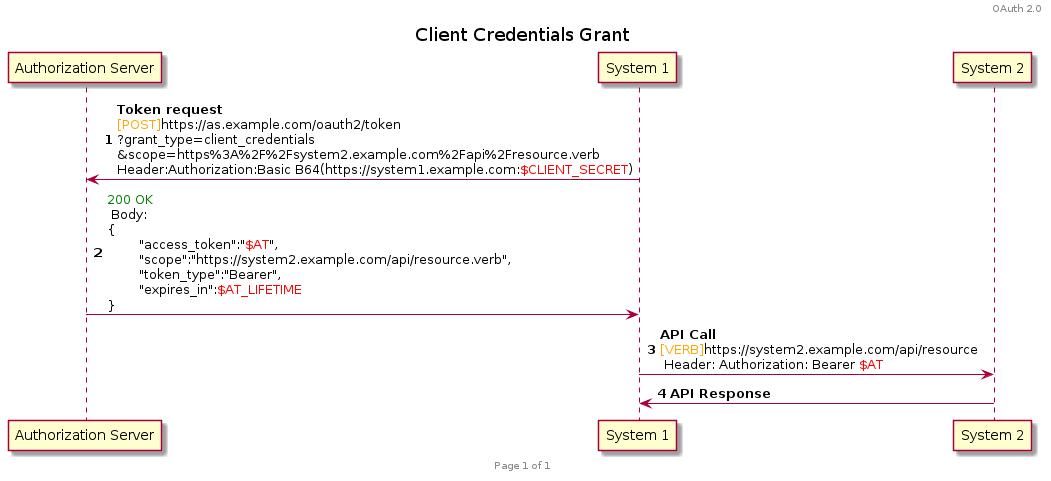
Before: plantuml/oauth2/client_credentials.png, a diagram exported from PlantUML (HenriLefevrePro/Articles).
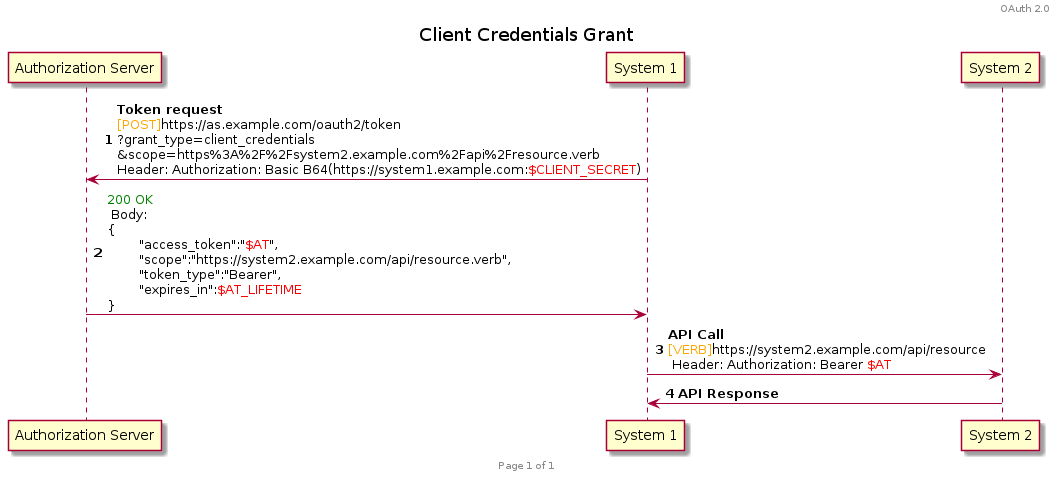
Above is the later version.

Commit message:
[GitHub Actions] Generate PNG images for PlantUML diagrams

The edit, as a diff of the source:
```diff
@@ -10,7 +10,7 @@
 participant 1 as "System 1"
 participant 2 as "System 2"
 
-1 -> Auth : **Token request**\n<font color=orange>[POST]</font>https://as.example.com/oauth2/token\n?grant_type=client_credentials\n&scope=https%3A%2F%2Fsystem2.example.com%2Fapi%2Fresource.verb\nHeader:Authorization:Basic B64(https://system1.example.com:<font color=red>$CLIENT_SECRET</font>)
+1 -> Auth : **Token request**\n<font color=orange>[POST]</font>https://as.example.com/oauth2/token\n?grant_type=client_credentials\n&scope=https%3A%2F%2Fsystem2.example.com%2Fapi%2Fresource.verb\nHeader: Authorization: Basic B64(https://system1.example.com:<font color=red>$CLIENT_SECRET</font>)
 Auth -> 1 : <font color=green>200 OK</font> \n Body: \n{\n\t"access_token":"<font color=red>$AT</font>",\n\t"scope":"https://system2.example.com/api/resource.verb",\n\t"token_type":"Bearer",\n\t"expires_in":<font color=red>$AT_LIFETIME</font>\n}
 
 1 -> 2 : **API Call** \n<font color=orange>[VERB]</font>https://system2.example.com/api/resource\n Header: Authorization: Bearer <font color=red>$AT</font>
```
